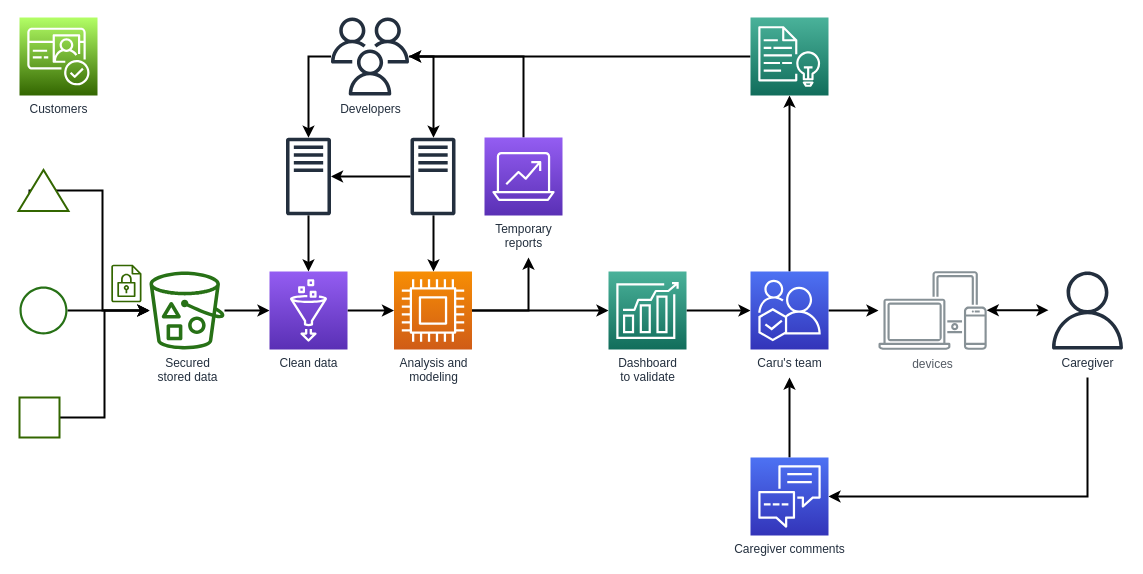
Before: docs/Workflow.drawio in guillaume-azarias/Human-Activity-Prediction, a draw.io diagram. Source tidied: cells renumbered, new cells numbered last; positions are measured from the earlier drawing's top-left corner, leaving out a move shared by most shapes. Both pictures are drawn from the tidied source at 100%, with x=0, y=0 at pixel (19, 17).
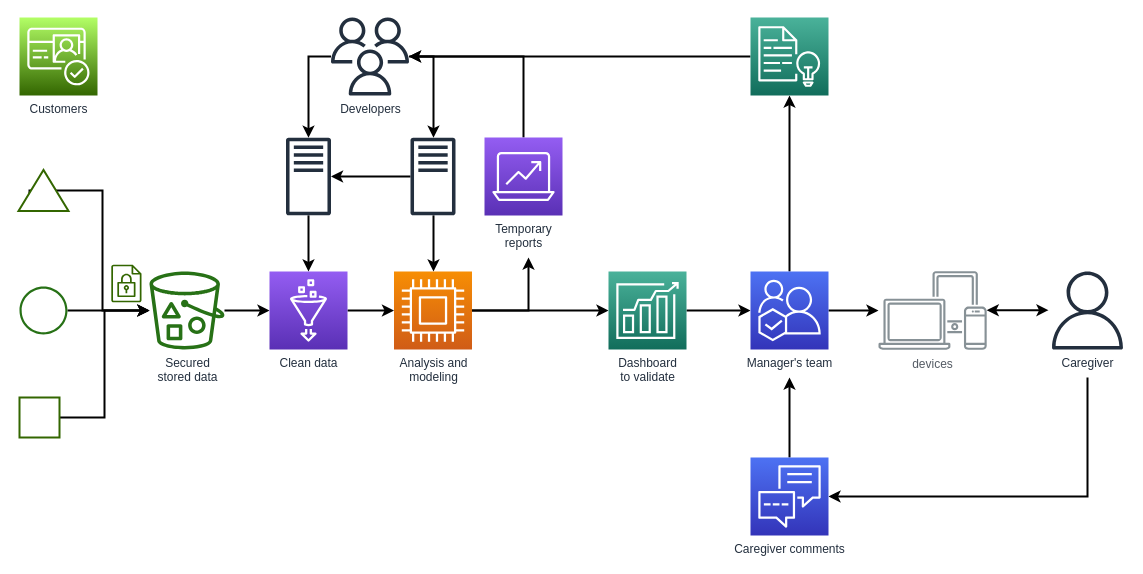
The same page after the edit.

Commit message (it also covers changes not shown here):
workflow adjusted

Diff of the diagram source:
```diff
@@
-    <mxCell id="28" value="Caru's team" style="outlineConnect=0;fontColor=#232F3E;gradientColor=#4D72F3;gradientDirection=north;fillColor=#3334B9;strokeColor=#ffffff;dashed=0;verticalLabelPosition=bottom;verticalAlign=top;align=center;html=1;fontSize=12;fontStyle=0;shape=mxgraph.aws4.resourceIcon;resIcon=mxgraph.aws4.iq;" parent="1" vertex="1">
+    <mxCell id="28" value="Manager's team" style="outlineConnect=0;fontColor=#232F3E;gradientColor=#4D72F3;gradientDirection=north;fillColor=#3334B9;strokeColor=#ffffff;dashed=0;verticalLabelPosition=bottom;verticalAlign=top;align=center;html=1;fontSize=12;fontStyle=0;shape=mxgraph.aws4.resourceIcon;resIcon=mxgraph.aws4.iq;" parent="1" vertex="1">
       <mxGeometry x="731" y="254" width="78" height="78" as="geometry" />
     </mxCell>
```
